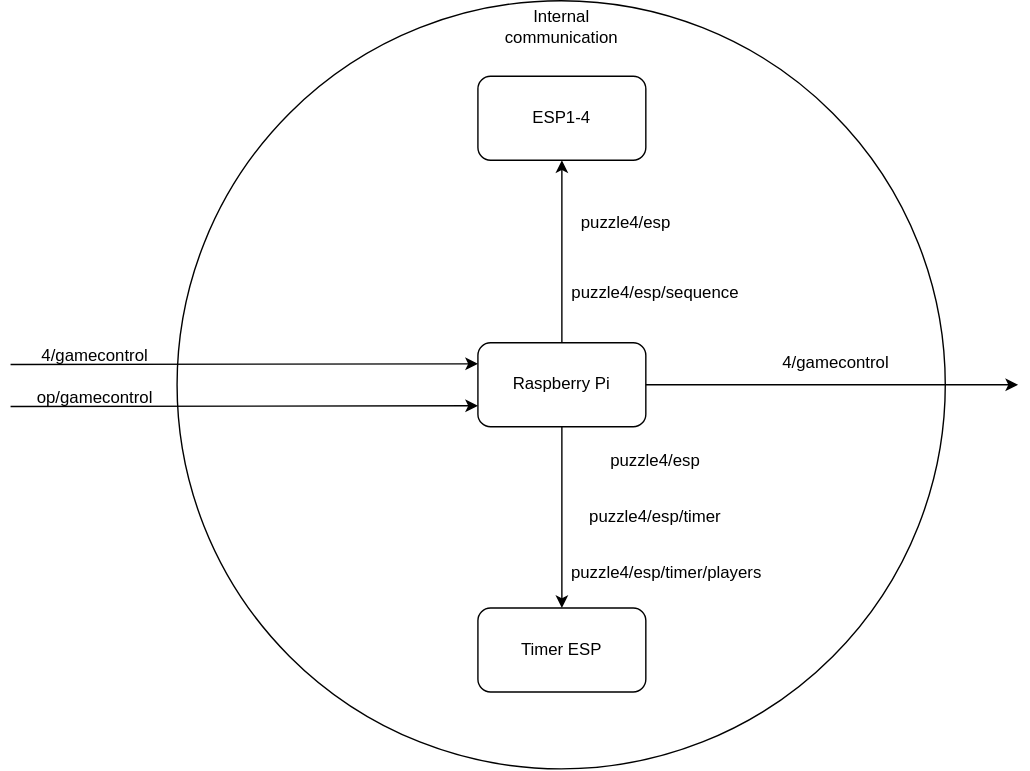
Above: MQTT/mqtt.svg in ubilab-ws21/puzzle-4 (draw.io), before the change. Source tidied: cells renumbered, new cells last; positions are measured from the earlier drawing's top-left corner, leaving out a move shared by most shapes.
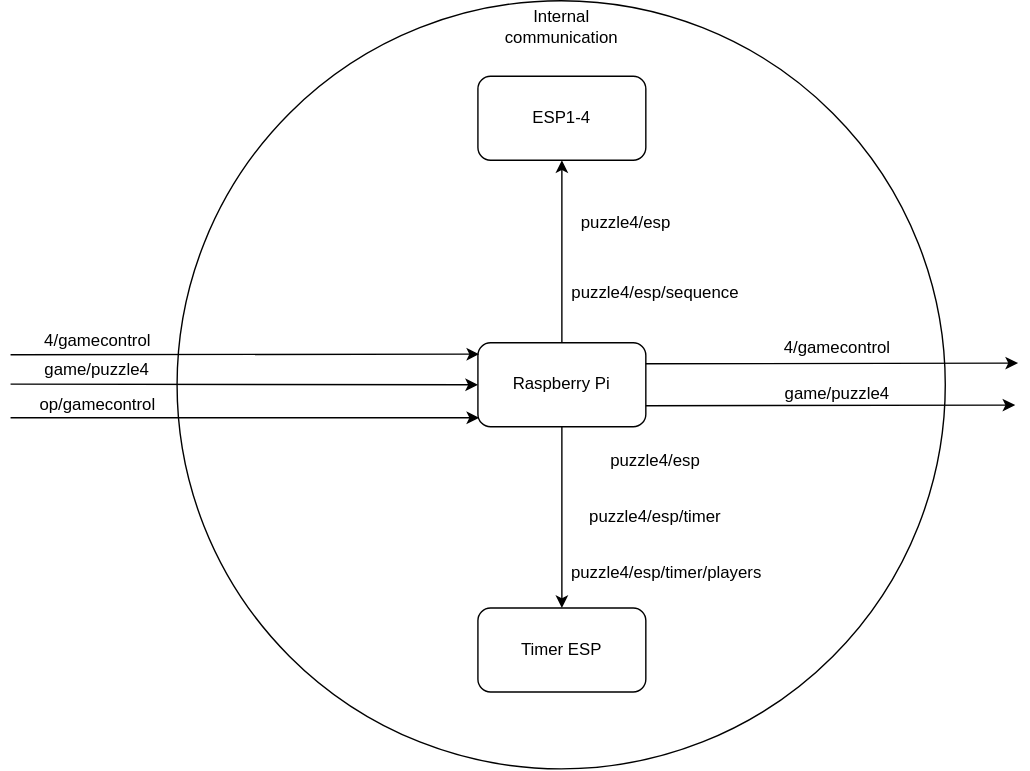
Above is the later version.

Change to the diagram source:
```diff
@@ -14,21 +14,21 @@
     <mxCell id="5" value="ESP1-4" style="rounded=1;whiteSpace=wrap;html=1;" parent="1" vertex="1">
       <mxGeometry x="334" y="54" width="120" height="60" as="geometry" />
     </mxCell>
-    <mxCell id="6" style="endArrow=classic;html=1;rounded=0;entryX=0;entryY=0.25;entryDx=0;entryDy=0;" parent="1" edge="1" target="3">
+    <mxCell id="6" style="endArrow=classic;html=1;rounded=0;entryX=0.007;entryY=0.135;entryDx=0;entryDy=0;entryPerimeter=0;" parent="1" edge="1" target="3">
       <mxGeometry relative="1" as="geometry">
-        <mxPoint y="260" as="sourcePoint" />
+        <mxPoint y="253" as="sourcePoint" />
       </mxGeometry>
     </mxCell>
-    <mxCell id="7" style="endArrow=classic;html=1;rounded=0;entryX=0;entryY=0.75;entryDx=0;entryDy=0;" parent="1" edge="1" target="3">
+    <mxCell id="7" style="endArrow=classic;html=1;rounded=0;entryX=0.007;entryY=0.893;entryDx=0;entryDy=0;entryPerimeter=0;" parent="1" edge="1" target="3">
       <mxGeometry relative="1" as="geometry">
-        <mxPoint y="290" as="sourcePoint" />
+        <mxPoint y="298" as="sourcePoint" />
       </mxGeometry>
     </mxCell>
     <mxCell id="8" value="4/gamecontrol" style="text;html=1;align=center;verticalAlign=middle;strokeColor=none;fillColor=none;" parent="1" vertex="1">
-      <mxGeometry x="15" y="244.5" width="90" height="20" as="geometry" />
+      <mxGeometry x="17" y="233" width="90" height="20" as="geometry" />
     </mxCell>
     <mxCell id="9" value="op/gamecontrol" style="text;html=1;align=center;verticalAlign=middle;strokeColor=none;fillColor=none;" parent="1" vertex="1">
-      <mxGeometry x="10" y="274" width="100" height="20" as="geometry" />
+      <mxGeometry x="12" y="279" width="100" height="20" as="geometry" />
     </mxCell>
     <mxCell id="10" style="endArrow=classic;html=1;rounded=0;exitX=0.5;exitY=1;exitDx=0;exitDy=0;entryX=0.5;entryY=0;entryDx=0;entryDy=0;" parent="1" edge="1" source="3" target="4">
       <mxGeometry relative="1" as="geometry" />
@@ -45,13 +45,13 @@
     <mxCell id="14" value="puzzle4/esp/timer/players" style="text;html=1;strokeColor=none;fillColor=none;align=center;verticalAlign=middle;whiteSpace=wrap;rounded=0;" parent="1" vertex="1">
       <mxGeometry x="398" y="394" width="142" height="30" as="geometry" />
     </mxCell>
-    <mxCell id="15" style="endArrow=classic;html=1;rounded=0;exitX=1;exitY=0.5;exitDx=0;exitDy=0;" parent="1" edge="1" source="3">
+    <mxCell id="15" style="endArrow=classic;html=1;rounded=0;exitX=1;exitY=0.25;exitDx=0;exitDy=0;" parent="1" edge="1" source="3">
       <mxGeometry relative="1" as="geometry">
-        <mxPoint x="720" y="274.5" as="targetPoint" />
+        <mxPoint x="720" y="259" as="targetPoint" />
       </mxGeometry>
     </mxCell>
     <mxCell id="16" value="4/gamecontrol" style="text;html=1;strokeColor=none;fillColor=none;align=center;verticalAlign=middle;whiteSpace=wrap;rounded=0;" parent="1" vertex="1">
-      <mxGeometry x="560" y="244.5" width="60" height="30" as="geometry" />
+      <mxGeometry x="561" y="233" width="60" height="30" as="geometry" />
     </mxCell>
     <mxCell id="17" value="puzzle4/esp" style="text;html=1;strokeColor=none;fillColor=none;align=center;verticalAlign=middle;whiteSpace=wrap;rounded=0;" parent="1" vertex="1">
       <mxGeometry x="410" y="144" width="60" height="30" as="geometry" />
@@ -62,5 +62,21 @@
     <mxCell id="19" value="Internal communication" style="text;html=1;strokeColor=none;fillColor=none;align=center;verticalAlign=middle;whiteSpace=wrap;rounded=0;" parent="1" vertex="1">
       <mxGeometry x="364" y="4" width="60" height="30" as="geometry" />
     </mxCell>
+    <mxCell id="20" style="endArrow=classic;html=1;rounded=0;entryX=0;entryY=0.5;entryDx=0;entryDy=0;" parent="1" edge="1" target="3">
+      <mxGeometry relative="1" as="geometry">
+        <mxPoint y="274" as="sourcePoint" />
+      </mxGeometry>
+    </mxCell>
+    <mxCell id="21" value="game/puzzle4" style="text;html=1;strokeColor=none;fillColor=none;align=center;verticalAlign=middle;whiteSpace=wrap;rounded=0;" parent="1" vertex="1">
+      <mxGeometry x="32" y="249" width="60" height="30" as="geometry" />
+    </mxCell>
+    <mxCell id="22" style="endArrow=classic;html=1;rounded=0;exitX=1;exitY=0.75;exitDx=0;exitDy=0;" parent="1" edge="1" source="3">
+      <mxGeometry relative="1" as="geometry">
+        <mxPoint x="718" y="289" as="targetPoint" />
+      </mxGeometry>
+    </mxCell>
+    <mxCell id="23" value="game/puzzle4" style="text;html=1;strokeColor=none;fillColor=none;align=center;verticalAlign=middle;whiteSpace=wrap;rounded=0;" parent="1" vertex="1">
+      <mxGeometry x="561" y="266" width="60" height="30" as="geometry" />
+    </mxCell>
   </root>
 </mxGraphModel>
```
